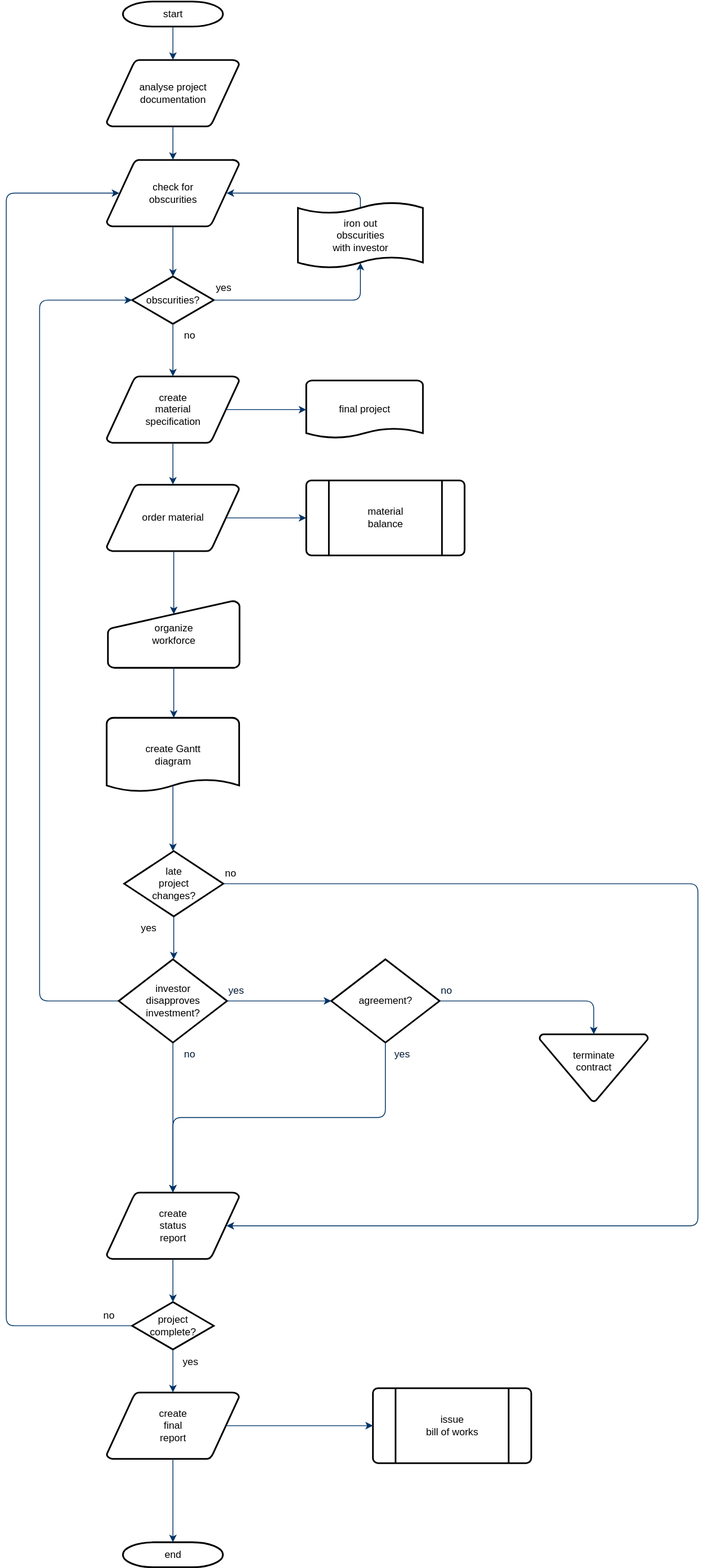
The draw.io diagram Diagrams/6250 Toolkit.svg in pwq334107948/practice, before a commit. Source tidied: cells renumbered, new cells last; positions are measured from the earlier drawing's top-left corner, leaving out a move shared by most shapes. Source of this version:
```xml
<mxGraphModel>
  <root>
    <mxCell id="0" />
    <mxCell id="1" parent="0" />
    <mxCell id="2" value="start" style="shape=mxgraph.flowchart.terminator;strokeWidth=2;gradientColor=none;gradientDirection=north;fontStyle=0;html=1;" parent="1" vertex="1">
      <mxGeometry x="140" width="120" height="30" as="geometry" />
    </mxCell>
    <mxCell id="3" value="analyse project&#10; documentation" style="shape=mxgraph.flowchart.data;strokeWidth=2;gradientColor=none;gradientDirection=north;fontStyle=0;html=1;" parent="1" vertex="1">
      <mxGeometry x="120.5" y="70" width="159" height="80" as="geometry" />
    </mxCell>
    <mxCell id="4" value="create&#10;material&#10;specification" style="shape=mxgraph.flowchart.data;strokeWidth=2;gradientColor=none;gradientDirection=north;fontStyle=0;html=1;" parent="1" vertex="1">
      <mxGeometry x="120.5" y="450" width="159" height="80" as="geometry" />
    </mxCell>
    <mxCell id="5" value="check for&#10;obscurities" style="shape=mxgraph.flowchart.data;strokeWidth=2;gradientColor=none;gradientDirection=north;fontStyle=0;html=1;" parent="1" vertex="1">
      <mxGeometry x="120.5" y="190" width="159" height="80" as="geometry" />
    </mxCell>
    <mxCell id="6" value="obscurities?" style="shape=mxgraph.flowchart.decision;strokeWidth=2;gradientColor=none;gradientDirection=north;fontStyle=0;html=1;" parent="1" vertex="1">
      <mxGeometry x="151" y="330" width="98" height="57" as="geometry" />
    </mxCell>
    <mxCell id="7" style="fontStyle=1;strokeColor=#003366;strokeWidth=1;html=1;" parent="1" edge="1" source="2" target="3">
      <mxGeometry relative="1" as="geometry" />
    </mxCell>
    <mxCell id="8" style="fontStyle=1;strokeColor=#003366;strokeWidth=1;html=1;" parent="1" edge="1" source="3" target="5">
      <mxGeometry relative="1" as="geometry" />
    </mxCell>
    <mxCell id="9" style="entryX=0.5;entryY=0;entryPerimeter=0;fontStyle=1;strokeColor=#003366;strokeWidth=1;html=1;" parent="1" edge="1" source="5" target="6">
      <mxGeometry relative="1" as="geometry" />
    </mxCell>
    <mxCell id="10" style="edgeStyle=elbowEdgeStyle;elbow=horizontal;entryX=0.5;entryY=0.91;entryPerimeter=0;exitX=1;exitY=0.5;exitPerimeter=0;fontStyle=1;strokeColor=#003366;strokeWidth=1;html=1;" parent="1" edge="1" source="6" target="51">
      <mxGeometry x="381" y="28.5" as="geometry">
        <Array as="points">
          <mxPoint x="425" y="340" />
        </Array>
      </mxGeometry>
    </mxCell>
    <mxCell id="11" value="yes" style="text;fontStyle=0;html=1;strokeColor=none;gradientColor=none;fillColor=none;strokeWidth=2;" parent="1" vertex="1">
      <mxGeometry x="250" y="330" width="40" height="26" as="geometry" />
    </mxCell>
    <mxCell id="12" style="edgeStyle=elbowEdgeStyle;elbow=horizontal;fontColor=#001933;fontStyle=1;strokeColor=#003366;strokeWidth=1;html=1;" parent="1" edge="1" source="6" target="4">
      <mxGeometry as="geometry" />
    </mxCell>
    <mxCell id="13" value="order material" style="shape=mxgraph.flowchart.data;strokeWidth=2;gradientColor=none;gradientDirection=north;fontStyle=0;html=1;" parent="1" vertex="1">
      <mxGeometry x="120.5" y="580" width="159" height="80" as="geometry" />
    </mxCell>
    <mxCell id="14" value="no" style="text;fontStyle=0;html=1;strokeColor=none;gradientColor=none;fillColor=none;strokeWidth=2;align=center;" parent="1" vertex="1">
      <mxGeometry x="200" y="387" width="40" height="26" as="geometry" />
    </mxCell>
    <mxCell id="15" value="final project" style="shape=mxgraph.flowchart.document;strokeWidth=2;gradientColor=none;gradientDirection=north;fontStyle=0;html=1;" parent="1" vertex="1">
      <mxGeometry x="360" y="455" width="140" height="70" as="geometry" />
    </mxCell>
    <mxCell id="16" style="edgeStyle=elbowEdgeStyle;elbow=horizontal;exitX=0.905;exitY=0.5;exitPerimeter=0;fontStyle=1;strokeColor=#003366;strokeWidth=1;html=1;" parent="1" edge="1" source="4" target="15">
      <mxGeometry as="geometry" />
    </mxCell>
    <mxCell id="17" style="edgeStyle=elbowEdgeStyle;elbow=horizontal;fontStyle=1;strokeColor=#003366;strokeWidth=1;html=1;" parent="1" edge="1" source="4" target="13">
      <mxGeometry as="geometry" />
    </mxCell>
    <mxCell id="18" value="material&#10;balance" style="shape=mxgraph.flowchart.predefined_process;strokeWidth=2;gradientColor=none;gradientDirection=north;fontStyle=0;html=1;" parent="1" vertex="1">
      <mxGeometry x="360" y="575" width="190" height="90" as="geometry" />
    </mxCell>
    <mxCell id="19" style="edgeStyle=elbowEdgeStyle;elbow=horizontal;exitX=0.905;exitY=0.5;exitPerimeter=0;fontStyle=1;strokeColor=#003366;strokeWidth=1;html=1;" parent="1" edge="1" source="13" target="18">
      <mxGeometry as="geometry" />
    </mxCell>
    <mxCell id="20" value="organize &#10;workforce" style="shape=mxgraph.flowchart.manual_input;strokeWidth=2;gradientColor=none;gradientDirection=north;fontStyle=0;html=1;" parent="1" vertex="1">
      <mxGeometry x="122" y="720" width="158" height="80" as="geometry" />
    </mxCell>
    <mxCell id="21" style="edgeStyle=elbowEdgeStyle;elbow=horizontal;entryX=0.5;entryY=0.195;entryPerimeter=0;fontStyle=1;strokeColor=#003366;strokeWidth=1;html=1;" parent="1" edge="1" source="13" target="20">
      <mxGeometry as="geometry" />
    </mxCell>
    <mxCell id="22" value="create Gantt&#10;diagram" style="shape=mxgraph.flowchart.document;strokeWidth=2;gradientColor=none;gradientDirection=north;fontStyle=0;html=1;" parent="1" vertex="1">
      <mxGeometry x="120.5" y="860" width="159" height="90" as="geometry" />
    </mxCell>
    <mxCell id="23" style="edgeStyle=elbowEdgeStyle;elbow=horizontal;exitX=0.5;exitY=1;exitPerimeter=0;fontStyle=1;strokeColor=#003366;strokeWidth=1;html=1;" parent="1" edge="1" source="20" target="22">
      <mxGeometry as="geometry" />
    </mxCell>
    <mxCell id="24" value="late&#10;project&#10;changes?" style="shape=mxgraph.flowchart.decision;strokeWidth=2;gradientColor=none;gradientDirection=north;fontStyle=0;html=1;" parent="1" vertex="1">
      <mxGeometry x="141.5" y="1020" width="119" height="78.5" as="geometry" />
    </mxCell>
    <mxCell id="25" style="edgeStyle=elbowEdgeStyle;elbow=horizontal;exitX=0.5;exitY=0.9;exitPerimeter=0;fontStyle=1;strokeColor=#003366;strokeWidth=1;html=1;" parent="1" edge="1" source="22" target="24">
      <mxGeometry as="geometry" />
    </mxCell>
    <mxCell id="26" style="edgeStyle=elbowEdgeStyle;elbow=horizontal;exitX=0;exitY=0.5;exitPerimeter=0;entryX=0;entryY=0.5;entryPerimeter=0;fontStyle=1;strokeColor=#003366;strokeWidth=1;html=1;" parent="1" edge="1" source="28" target="6">
      <mxGeometry as="geometry">
        <Array as="points">
          <mxPoint x="40" y="790" />
        </Array>
      </mxGeometry>
    </mxCell>
    <mxCell id="27" value="yes" style="text;fontStyle=0;html=1;strokeColor=none;gradientColor=none;fillColor=none;strokeWidth=2;" parent="1" vertex="1">
      <mxGeometry x="160" y="1098.5" width="40" height="26" as="geometry" />
    </mxCell>
    <mxCell id="28" value="investor&#10;disapproves&#10; investment?" style="shape=mxgraph.flowchart.decision;strokeWidth=2;gradientColor=none;gradientDirection=north;fontStyle=0;html=1;" parent="1" vertex="1">
      <mxGeometry x="135" y="1150" width="130" height="100" as="geometry" />
    </mxCell>
    <mxCell id="29" value="agreement?" style="shape=mxgraph.flowchart.decision;strokeWidth=2;gradientColor=none;gradientDirection=north;fontStyle=0;html=1;" parent="1" vertex="1">
      <mxGeometry x="390" y="1150" width="130" height="100" as="geometry" />
    </mxCell>
    <mxCell id="30" style="edgeStyle=elbowEdgeStyle;elbow=horizontal;exitX=0.5;exitY=1;exitPerimeter=0;fontStyle=1;strokeColor=#003366;strokeWidth=1;html=1;" parent="1" edge="1" source="24" target="28">
      <mxGeometry as="geometry" />
    </mxCell>
    <mxCell id="31" style="edgeStyle=elbowEdgeStyle;elbow=horizontal;exitX=1;exitY=0.5;exitPerimeter=0;entryX=0;entryY=0.5;entryPerimeter=0;fontStyle=1;strokeColor=#003366;strokeWidth=1;html=1;" parent="1" edge="1" source="28" target="29">
      <mxGeometry as="geometry" />
    </mxCell>
    <mxCell id="32" value="terminate&#10;contract&#10;" style="shape=mxgraph.flowchart.merge_or_storage;strokeWidth=2;gradientColor=none;gradientDirection=north;fontStyle=0;html=1;" parent="1" vertex="1">
      <mxGeometry x="640" y="1240" width="130" height="80.5" as="geometry" />
    </mxCell>
    <mxCell id="33" style="edgeStyle=elbowEdgeStyle;elbow=vertical;exitX=1;exitY=0.5;exitPerimeter=0;entryX=0.5;entryY=0;entryPerimeter=0;fontStyle=1;strokeColor=#003366;strokeWidth=1;html=1;" parent="1" edge="1" source="29" target="32">
      <mxGeometry as="geometry">
        <Array as="points">
          <mxPoint x="620" y="1200" />
        </Array>
      </mxGeometry>
    </mxCell>
    <mxCell id="34" value="create&#10;status&#10;report" style="shape=mxgraph.flowchart.data;strokeWidth=2;gradientColor=none;gradientDirection=north;fontStyle=0;html=1;" parent="1" vertex="1">
      <mxGeometry x="120.5" y="1430" width="159" height="80" as="geometry" />
    </mxCell>
    <mxCell id="35" style="edgeStyle=elbowEdgeStyle;elbow=vertical;exitX=0.5;exitY=1;exitPerimeter=0;fontColor=#001933;fontStyle=1;strokeColor=#003366;strokeWidth=1;html=1;" parent="1" edge="1" source="28" target="34">
      <mxGeometry as="geometry" />
    </mxCell>
    <mxCell id="36" style="edgeStyle=elbowEdgeStyle;elbow=vertical;exitX=0.5;exitY=1;exitPerimeter=0;entryX=0.5;entryY=0;entryPerimeter=0;fontStyle=1;strokeColor=#003366;strokeWidth=1;html=1;" parent="1" edge="1" source="29" target="34">
      <mxGeometry as="geometry" />
    </mxCell>
    <mxCell id="37" value="project&#10;complete?" style="shape=mxgraph.flowchart.decision;strokeWidth=2;gradientColor=none;gradientDirection=north;fontStyle=0;html=1;" parent="1" vertex="1">
      <mxGeometry x="151" y="1561.5" width="98" height="57" as="geometry" />
    </mxCell>
    <mxCell id="38" value="create&#10;final&#10;report" style="shape=mxgraph.flowchart.data;strokeWidth=2;gradientColor=none;gradientDirection=north;fontStyle=0;html=1;" parent="1" vertex="1">
      <mxGeometry x="120.5" y="1670" width="159" height="80" as="geometry" />
    </mxCell>
    <mxCell id="39" value="issue&#10;bill of works" style="shape=mxgraph.flowchart.predefined_process;strokeWidth=2;gradientColor=none;gradientDirection=north;fontStyle=0;html=1;" parent="1" vertex="1">
      <mxGeometry x="440" y="1665" width="190" height="90" as="geometry" />
    </mxCell>
    <mxCell id="40" value="end" style="shape=mxgraph.flowchart.terminator;strokeWidth=2;gradientColor=none;gradientDirection=north;fontStyle=0;html=1;" parent="1" vertex="1">
      <mxGeometry x="140" y="1850" width="120" height="30" as="geometry" />
    </mxCell>
    <mxCell id="41" style="edgeStyle=elbowEdgeStyle;elbow=vertical;exitX=0.5;exitY=1;exitPerimeter=0;entryX=0.5;entryY=0;entryPerimeter=0;fontStyle=1;strokeColor=#003366;strokeWidth=1;html=1;" parent="1" edge="1" source="34" target="37">
      <mxGeometry as="geometry" />
    </mxCell>
    <mxCell id="42" style="edgeStyle=elbowEdgeStyle;elbow=vertical;exitX=0.5;exitY=1;exitPerimeter=0;entryX=0.5;entryY=0;entryPerimeter=0;fontStyle=1;strokeColor=#003366;strokeWidth=1;html=1;" parent="1" edge="1" source="37" target="38">
      <mxGeometry as="geometry" />
    </mxCell>
    <mxCell id="43" style="edgeStyle=elbowEdgeStyle;elbow=vertical;exitX=0.5;exitY=1;exitPerimeter=0;entryX=0.5;entryY=0;entryPerimeter=0;fontStyle=1;strokeColor=#003366;strokeWidth=1;html=1;" parent="1" edge="1" source="38" target="40">
      <mxGeometry as="geometry" />
    </mxCell>
    <mxCell id="44" style="edgeStyle=elbowEdgeStyle;elbow=vertical;exitX=0.905;exitY=0.5;exitPerimeter=0;entryX=0;entryY=0.5;entryPerimeter=0;fontStyle=1;strokeColor=#003366;strokeWidth=1;html=1;" parent="1" edge="1" source="38" target="39">
      <mxGeometry as="geometry" />
    </mxCell>
    <mxCell id="45" style="edgeStyle=elbowEdgeStyle;elbow=horizontal;exitX=1;exitY=0.5;exitPerimeter=0;entryX=0.905;entryY=0.5;entryPerimeter=0;fontStyle=1;strokeColor=#003366;strokeWidth=1;html=1;" parent="1" edge="1" source="24" target="34">
      <mxGeometry as="geometry">
        <Array as="points">
          <mxPoint x="830" y="1260" />
        </Array>
      </mxGeometry>
    </mxCell>
    <mxCell id="46" value="no" style="text;fontStyle=0;html=1;strokeColor=none;gradientColor=none;fillColor=none;strokeWidth=2;" parent="1" vertex="1">
      <mxGeometry x="260.5" y="1033.2" width="40" height="26" as="geometry" />
    </mxCell>
    <mxCell id="47" value="yes" style="text;fontColor=#001933;fontStyle=0;html=1;strokeColor=none;gradientColor=none;fillColor=none;strokeWidth=2;" parent="1" vertex="1">
      <mxGeometry x="265" y="1174" width="40" height="26" as="geometry" />
    </mxCell>
    <mxCell id="48" value="no" style="text;fontColor=#001933;fontStyle=0;html=1;strokeColor=none;gradientColor=none;fillColor=none;strokeWidth=2;align=center;" parent="1" vertex="1">
      <mxGeometry x="200" y="1250" width="40" height="26" as="geometry" />
    </mxCell>
    <mxCell id="49" value="yes" style="text;fontColor=#001933;fontStyle=0;html=1;strokeColor=none;gradientColor=none;fillColor=none;strokeWidth=2;align=center;" parent="1" vertex="1">
      <mxGeometry x="455" y="1250" width="40" height="26" as="geometry" />
    </mxCell>
    <mxCell id="50" value="no" style="text;fontColor=#001933;fontStyle=0;html=1;strokeColor=none;gradientColor=none;fillColor=none;strokeWidth=2;" parent="1" vertex="1">
      <mxGeometry x="520" y="1174" width="40" height="26" as="geometry" />
    </mxCell>
    <mxCell id="51" value="iron out&#10;obscurities &#10;with investor" style="shape=mxgraph.flowchart.paper_tape;strokeWidth=2;gradientColor=none;gradientDirection=north;fontStyle=0;html=1;" parent="1" vertex="1">
      <mxGeometry x="350" y="240" width="150" height="81" as="geometry" />
    </mxCell>
    <mxCell id="52" style="edgeStyle=elbowEdgeStyle;elbow=horizontal;exitX=0.5;exitY=0.09;exitPerimeter=0;entryX=0.905;entryY=0.5;entryPerimeter=0;fontStyle=1;strokeColor=#003366;strokeWidth=1;html=1;" parent="1" edge="1" source="51" target="5">
      <mxGeometry as="geometry">
        <Array as="points">
          <mxPoint x="425" y="240" />
        </Array>
      </mxGeometry>
    </mxCell>
    <mxCell id="53" value="yes" style="text;fontStyle=0;html=1;strokeColor=none;gradientColor=none;fillColor=none;strokeWidth=2;align=center;" parent="1" vertex="1">
      <mxGeometry x="201" y="1620" width="40" height="26" as="geometry" />
    </mxCell>
    <mxCell id="54" style="edgeStyle=elbowEdgeStyle;elbow=horizontal;exitX=0;exitY=0.5;exitPerimeter=0;entryX=0.095;entryY=0.5;entryPerimeter=0;fontStyle=1;strokeColor=#003366;strokeWidth=1;html=1;" parent="1" edge="1" source="37" target="5">
      <mxGeometry as="geometry">
        <Array as="points">
          <mxPoint y="910" />
        </Array>
      </mxGeometry>
    </mxCell>
    <mxCell id="55" value="no" style="text;fontStyle=0;html=1;strokeColor=none;gradientColor=none;fillColor=none;strokeWidth=2;" parent="1" vertex="1">
      <mxGeometry x="115" y="1564" width="40" height="26" as="geometry" />
    </mxCell>
  </root>
</mxGraphModel>
```
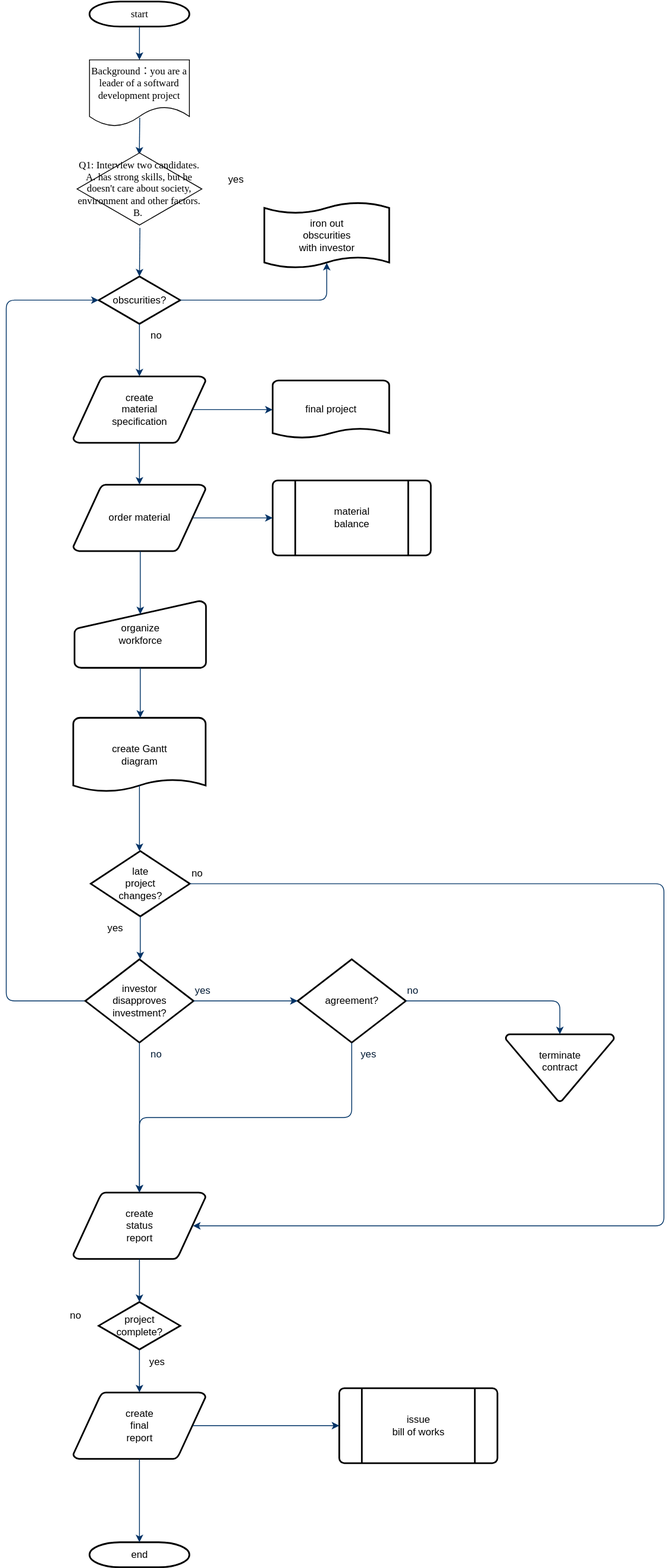
The same diagram one commit later.

Change to the diagram source:
```diff
@@ -2,28 +2,22 @@
   <root>
     <mxCell id="0" />
     <mxCell id="1" parent="0" />
-    <mxCell id="2" value="start" style="shape=mxgraph.flowchart.terminator;strokeWidth=2;gradientColor=none;gradientDirection=north;fontStyle=0;html=1;" parent="1" vertex="1">
+    <mxCell id="2" value="start" style="shape=mxgraph.flowchart.terminator;strokeWidth=2;gradientColor=none;gradientDirection=north;fontStyle=0;html=1;fontFamily=Times New Roman;" parent="1" vertex="1">
       <mxGeometry x="140" width="120" height="30" as="geometry" />
     </mxCell>
-    <mxCell id="3" value="analyse project&#10; documentation" style="shape=mxgraph.flowchart.data;strokeWidth=2;gradientColor=none;gradientDirection=north;fontStyle=0;html=1;" parent="1" vertex="1">
-      <mxGeometry x="120.5" y="70" width="159" height="80" as="geometry" />
-    </mxCell>
     <mxCell id="4" value="create&#10;material&#10;specification" style="shape=mxgraph.flowchart.data;strokeWidth=2;gradientColor=none;gradientDirection=north;fontStyle=0;html=1;" parent="1" vertex="1">
       <mxGeometry x="120.5" y="450" width="159" height="80" as="geometry" />
     </mxCell>
-    <mxCell id="5" value="check for&#10;obscurities" style="shape=mxgraph.flowchart.data;strokeWidth=2;gradientColor=none;gradientDirection=north;fontStyle=0;html=1;" parent="1" vertex="1">
-      <mxGeometry x="120.5" y="190" width="159" height="80" as="geometry" />
-    </mxCell>
     <mxCell id="6" value="obscurities?" style="shape=mxgraph.flowchart.decision;strokeWidth=2;gradientColor=none;gradientDirection=north;fontStyle=0;html=1;" parent="1" vertex="1">
       <mxGeometry x="151" y="330" width="98" height="57" as="geometry" />
     </mxCell>
-    <mxCell id="7" style="fontStyle=1;strokeColor=#003366;strokeWidth=1;html=1;" parent="1" edge="1" source="2" target="3">
+    <mxCell id="7" style="fontStyle=1;strokeColor=#003366;strokeWidth=1;html=1;entryX=0.5;entryY=0;entryDx=0;entryDy=0;" parent="1" edge="1" source="2" target="57">
       <mxGeometry relative="1" as="geometry" />
     </mxCell>
-    <mxCell id="8" style="fontStyle=1;strokeColor=#003366;strokeWidth=1;html=1;" parent="1" edge="1" source="3" target="5">
+    <mxCell id="8" style="fontStyle=1;strokeColor=#003366;strokeWidth=1;html=1;entryX=0.499;entryY=0.042;entryDx=0;entryDy=0;entryPerimeter=0;exitX=0.503;exitY=0.867;exitDx=0;exitDy=0;exitPerimeter=0;" parent="1" edge="1" source="57" target="56">
       <mxGeometry relative="1" as="geometry" />
     </mxCell>
-    <mxCell id="9" style="entryX=0.5;entryY=0;entryPerimeter=0;fontStyle=1;strokeColor=#003366;strokeWidth=1;html=1;" parent="1" edge="1" source="5" target="6">
+    <mxCell id="9" style="entryX=0.5;entryY=0;entryPerimeter=0;fontStyle=1;strokeColor=#003366;strokeWidth=1;html=1;exitX=0.504;exitY=1.02;exitDx=0;exitDy=0;exitPerimeter=0;" parent="1" edge="1" source="56" target="6">
       <mxGeometry relative="1" as="geometry" />
     </mxCell>
     <mxCell id="10" style="edgeStyle=elbowEdgeStyle;elbow=horizontal;entryX=0.5;entryY=0.91;entryPerimeter=0;exitX=1;exitY=0.5;exitPerimeter=0;fontStyle=1;strokeColor=#003366;strokeWidth=1;html=1;" parent="1" edge="1" source="6" target="51">
@@ -34,7 +28,7 @@
       </mxGeometry>
     </mxCell>
     <mxCell id="11" value="yes" style="text;fontStyle=0;html=1;strokeColor=none;gradientColor=none;fillColor=none;strokeWidth=2;" parent="1" vertex="1">
-      <mxGeometry x="250" y="330" width="40" height="26" as="geometry" />
+      <mxGeometry x="305" y="200" width="40" height="26" as="geometry" />
     </mxCell>
     <mxCell id="12" style="edgeStyle=elbowEdgeStyle;elbow=horizontal;fontColor=#001933;fontStyle=1;strokeColor=#003366;strokeWidth=1;html=1;" parent="1" edge="1" source="6" target="4">
       <mxGeometry as="geometry" />
@@ -168,25 +162,17 @@
     <mxCell id="51" value="iron out&#10;obscurities &#10;with investor" style="shape=mxgraph.flowchart.paper_tape;strokeWidth=2;gradientColor=none;gradientDirection=north;fontStyle=0;html=1;" parent="1" vertex="1">
       <mxGeometry x="350" y="240" width="150" height="81" as="geometry" />
     </mxCell>
-    <mxCell id="52" style="edgeStyle=elbowEdgeStyle;elbow=horizontal;exitX=0.5;exitY=0.09;exitPerimeter=0;entryX=0.905;entryY=0.5;entryPerimeter=0;fontStyle=1;strokeColor=#003366;strokeWidth=1;html=1;" parent="1" edge="1" source="51" target="5">
-      <mxGeometry as="geometry">
-        <Array as="points">
-          <mxPoint x="425" y="240" />
-        </Array>
-      </mxGeometry>
-    </mxCell>
     <mxCell id="53" value="yes" style="text;fontStyle=0;html=1;strokeColor=none;gradientColor=none;fillColor=none;strokeWidth=2;align=center;" parent="1" vertex="1">
       <mxGeometry x="201" y="1620" width="40" height="26" as="geometry" />
     </mxCell>
-    <mxCell id="54" style="edgeStyle=elbowEdgeStyle;elbow=horizontal;exitX=0;exitY=0.5;exitPerimeter=0;entryX=0.095;entryY=0.5;entryPerimeter=0;fontStyle=1;strokeColor=#003366;strokeWidth=1;html=1;" parent="1" edge="1" source="37" target="5">
-      <mxGeometry as="geometry">
-        <Array as="points">
-          <mxPoint y="910" />
-        </Array>
-      </mxGeometry>
-    </mxCell>
     <mxCell id="55" value="no" style="text;fontStyle=0;html=1;strokeColor=none;gradientColor=none;fillColor=none;strokeWidth=2;" parent="1" vertex="1">
       <mxGeometry x="115" y="1564" width="40" height="26" as="geometry" />
     </mxCell>
+    <mxCell id="56" value="Q1: Interview two candidates. A. has strong skills, but he doesn't care about society, environment and other factors.&lt;br&gt;B.&amp;nbsp;" style="html=1;whiteSpace=wrap;shape=isoRectangle;fontFamily=Times New Roman;" parent="1" vertex="1">
+      <mxGeometry x="125" y="180" width="150" height="90" as="geometry" />
+    </mxCell>
+    <mxCell id="57" value="&lt;span&gt;Background：you are a leader of a softward development project&lt;/span&gt;" style="shape=document;whiteSpace=wrap;html=1;boundedLbl=1;fontFamily=Times New Roman;" parent="1" vertex="1">
+      <mxGeometry x="140" y="70" width="120" height="80" as="geometry" />
+    </mxCell>
   </root>
 </mxGraphModel>
```
